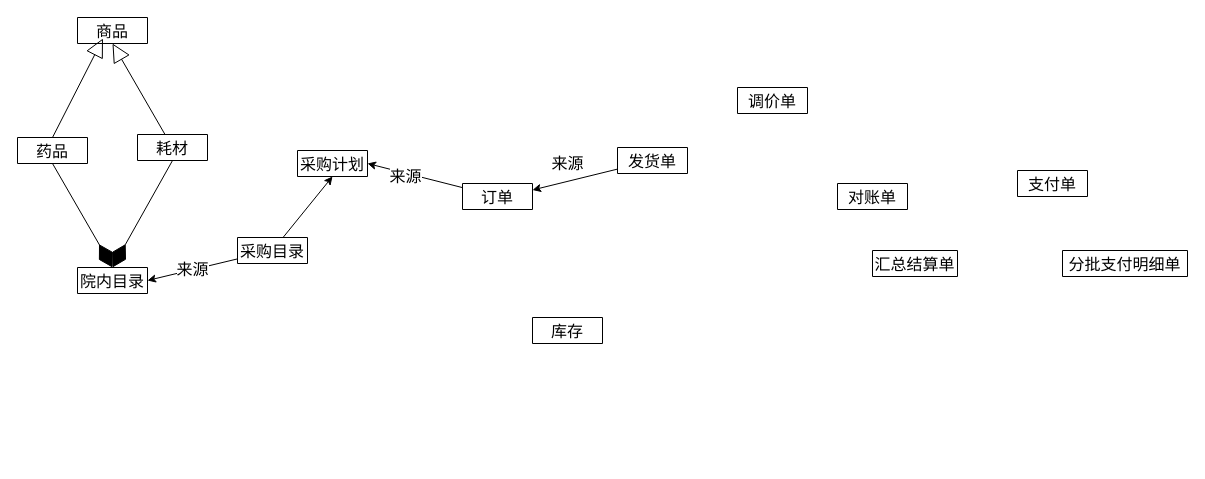
liaosg/test keeps this draw.io diagram as Untitled Diagram.drawio. Above is the earlier version. Source tidied: cells renumbered, new cells numbered last; positions are measured from the earlier drawing's top-left corner, leaving out a move shared by most shapes. Both pictures are drawn from the tidied source at 100%, with x=0, y=0 at pixel (17, 17).
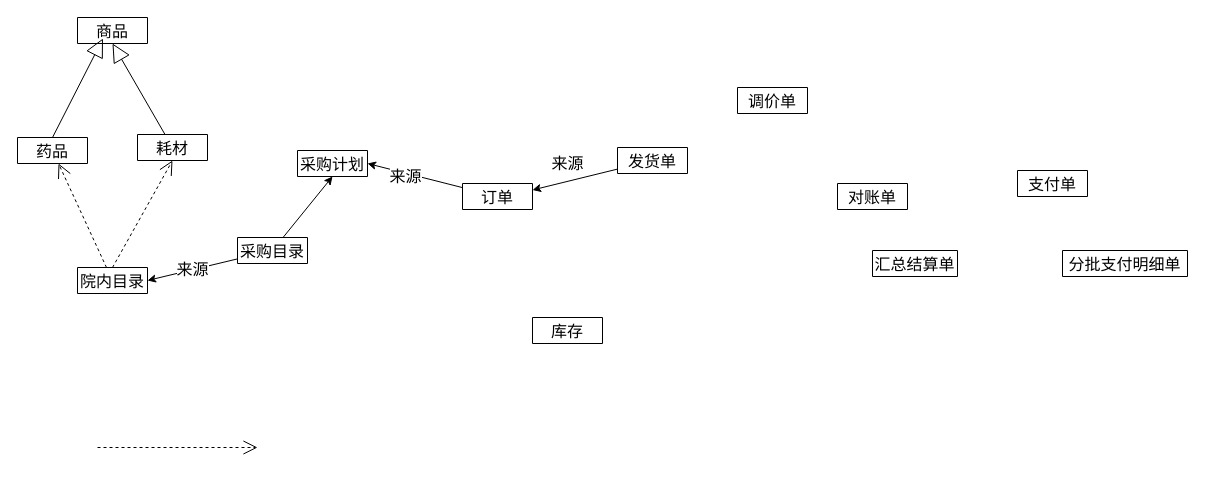
The same diagram, later.

Unchanged cells that the change refers to:
```xml
<mxCell id="3" value="药品" style="swimlane;fontStyle=0;horizontal=1;startSize=26;fillColor=none;fontSize=16;" parent="1" vertex="1" collapsed="1">
  <mxGeometry y="120" width="70" height="26" as="geometry" />
</mxCell>
<mxCell id="4" value="耗材" style="swimlane;fontStyle=0;horizontal=1;startSize=26;fillColor=none;fontSize=16;" parent="1" vertex="1" collapsed="1">
  <mxGeometry x="120" y="117" width="70" height="26" as="geometry" />
</mxCell>
<mxCell id="5" value="院内目录" style="swimlane;fontStyle=0;horizontal=1;startSize=26;fillColor=none;fontSize=16;" parent="1" vertex="1" collapsed="1">
  <mxGeometry x="60" y="250" width="70" height="26" as="geometry" />
</mxCell>
```

Diff of the diagram source:
```diff
@@
-    <mxCell id="24" style="endArrow=diamondThin;endFill=1;endSize=24;html=1;fontSize=16;entryX=0.5;entryY=0;entryDx=0;entryDy=0;exitX=0.5;exitY=1;exitDx=0;exitDy=0;" parent="1" edge="1" source="3" target="5">
-      <mxGeometry relative="1" as="geometry" />
-    </mxCell>
-    <mxCell id="25" style="endArrow=diamondThin;endFill=1;endSize=24;html=1;fontSize=16;entryX=0.5;entryY=0;entryDx=0;entryDy=0;exitX=0.5;exitY=1;exitDx=0;exitDy=0;" parent="1" edge="1" source="4" target="5">
-      <mxGeometry relative="1" as="geometry" />
-    </mxCell>
+    <mxCell id="26" style="endArrow=open;endSize=12;dashed=1;html=1;fontSize=16;" parent="1" edge="1">
+      <mxGeometry relative="1" as="geometry">
+        <mxPoint x="80" y="430" as="sourcePoint" />
+        <mxPoint x="240" y="430" as="targetPoint" />
+      </mxGeometry>
+    </mxCell>
+    <mxCell id="27" style="endArrow=open;endSize=12;dashed=1;html=1;fontSize=16;" parent="1" edge="1" source="5" target="3">
+      <mxGeometry relative="1" as="geometry" />
+    </mxCell>
+    <mxCell id="28" style="endArrow=open;endSize=12;dashed=1;html=1;fontSize=16;entryX=0.5;entryY=1;entryDx=0;entryDy=0;exitX=0.5;exitY=0;exitDx=0;exitDy=0;" parent="1" edge="1" source="5" target="4">
+      <mxGeometry relative="1" as="geometry" />
+    </mxCell>
```
